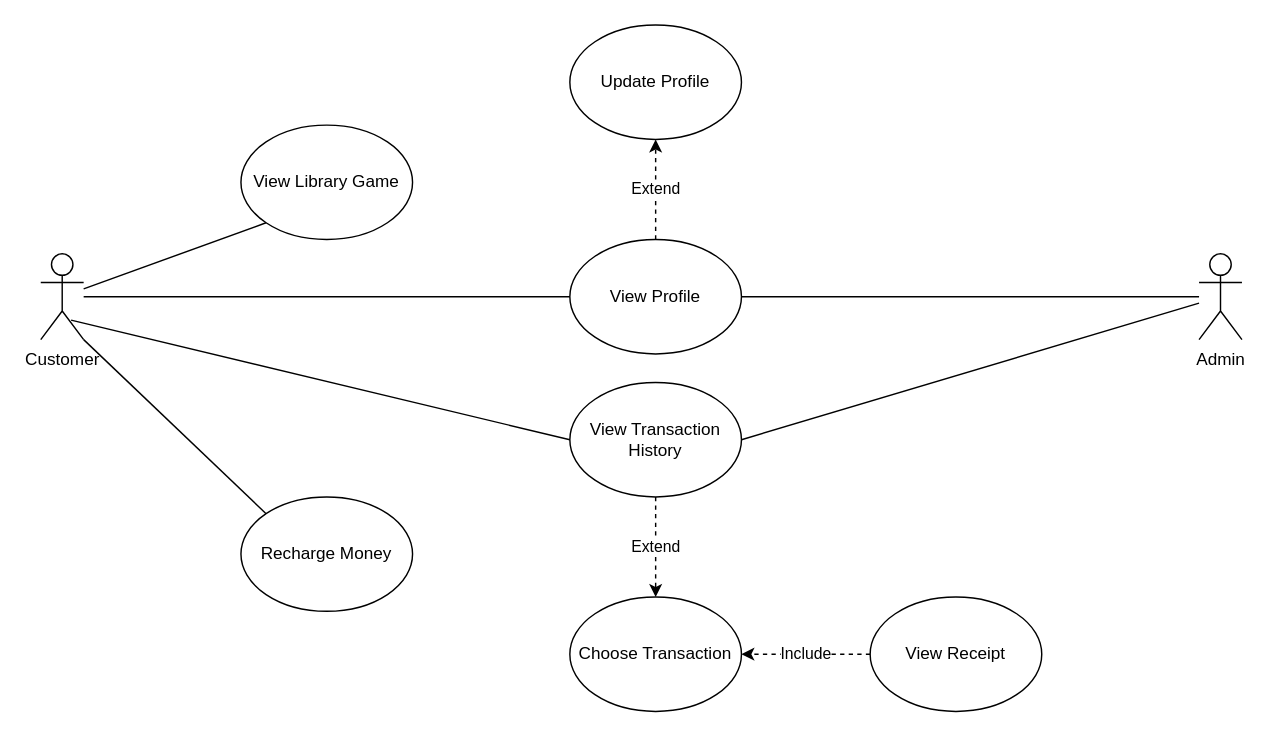
This is Diagram/Use Case Diagram/Manage Account.drawio from hiusnguyen201/Game-Market-Application, a draw.io file, before an edit. Source tidied: cells renumbered, new cells numbered last; positions are measured from the earlier drawing's top-left corner, leaving out a move shared by most shapes. Both pictures are drawn from the tidied source at 143%, with x=0, y=0 at pixel (40, 24).
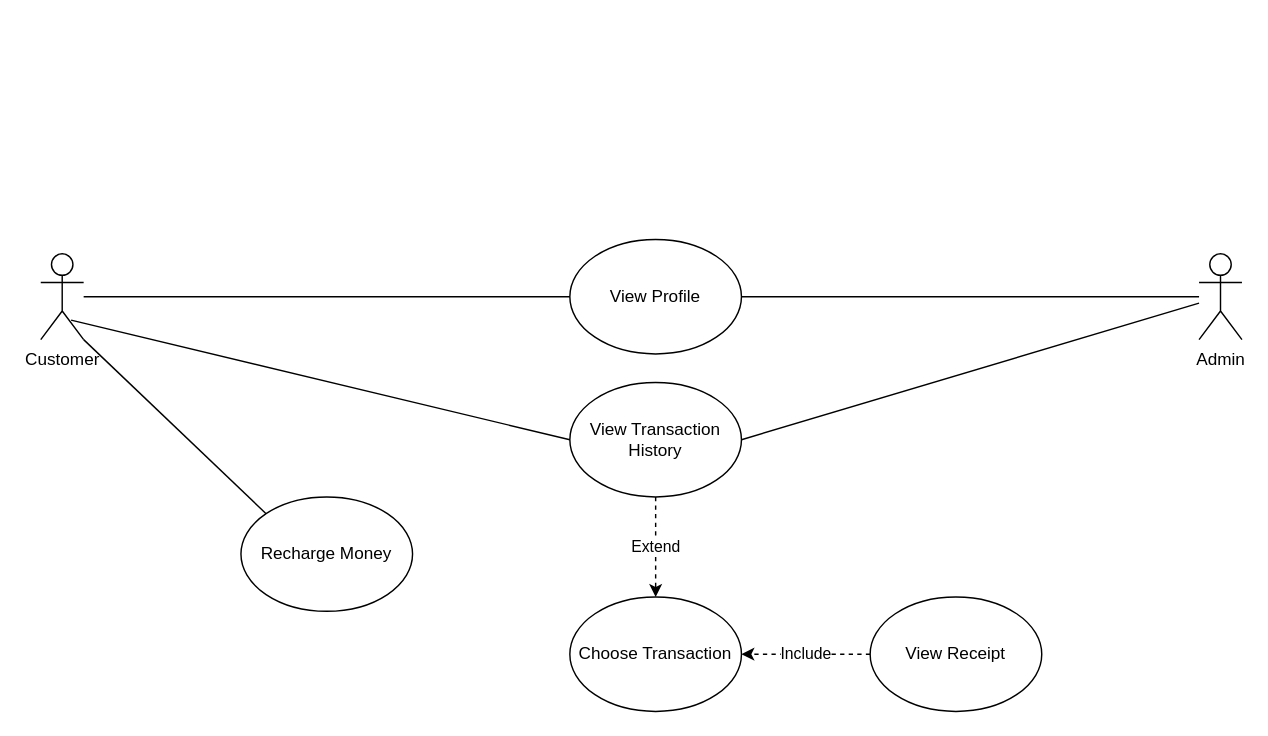
The same page after the edit.

The edit, as a diff of the source:
```diff
@@
 <mxGraphModel>
   <root>
     <mxCell id="0" />
     <mxCell id="1" parent="0" />
     <mxCell id="2" value="Customer&lt;br&gt;" style="shape=umlActor;verticalLabelPosition=bottom;verticalAlign=top;html=1;" parent="1" vertex="1">
       <mxGeometry y="160" width="30" height="60" as="geometry" />
     </mxCell>
     <mxCell id="3" value="View Profile" style="ellipse;whiteSpace=wrap;html=1;" parent="1" vertex="1">
       <mxGeometry x="370" y="150" width="120" height="80" as="geometry" />
     </mxCell>
     <mxCell id="4" value="Recharge Money" style="ellipse;whiteSpace=wrap;html=1;" parent="1" vertex="1">
       <mxGeometry x="140" y="330" width="120" height="80" as="geometry" />
     </mxCell>
-    <mxCell id="5" value="View Library Game" style="ellipse;whiteSpace=wrap;html=1;" parent="1" vertex="1">
-      <mxGeometry x="140" y="70" width="120" height="80" as="geometry" />
-    </mxCell>
-    <mxCell id="6" value="Update Profile" style="ellipse;whiteSpace=wrap;html=1;" parent="1" vertex="1">
-      <mxGeometry x="370" width="120" height="80" as="geometry" />
-    </mxCell>
     <mxCell id="7" style="endArrow=none;html=1;rounded=0;entryX=0;entryY=0.5;entryDx=0;entryDy=0;" parent="1" edge="1" source="2" target="3">
       <mxGeometry relative="1" as="geometry" />
     </mxCell>
-    <mxCell id="8" style="endArrow=none;html=1;rounded=0;entryX=0;entryY=1;entryDx=0;entryDy=0;" parent="1" edge="1" source="2" target="5">
-      <mxGeometry relative="1" as="geometry" />
-    </mxCell>
     <mxCell id="9" value="Choose Transaction" style="ellipse;whiteSpace=wrap;html=1;" parent="1" vertex="1">
       <mxGeometry x="370" y="400" width="120" height="80" as="geometry" />
     </mxCell>
     <mxCell id="10" value="View Receipt" style="ellipse;whiteSpace=wrap;html=1;" parent="1" vertex="1">
       <mxGeometry x="580" y="400" width="120" height="80" as="geometry" />
     </mxCell>
     <mxCell id="11" value="View Transaction History" style="ellipse;whiteSpace=wrap;html=1;" parent="1" vertex="1">
       <mxGeometry x="370" y="250" width="120" height="80" as="geometry" />
     </mxCell>
     <mxCell id="12" value="Admin" style="shape=umlActor;verticalLabelPosition=bottom;verticalAlign=top;html=1;" parent="1" vertex="1">
       <mxGeometry x="810" y="160" width="30" height="60" as="geometry" />
     </mxCell>
     <mxCell id="13" style="endArrow=none;html=1;rounded=0;" parent="1" edge="1" source="3" target="12">
       <mxGeometry relative="1" as="geometry" />
     </mxCell>
     <mxCell id="14" style="endArrow=none;html=1;rounded=0;entryX=0;entryY=0;entryDx=0;entryDy=0;exitX=1;exitY=1;exitDx=0;exitDy=0;exitPerimeter=0;" parent="1" edge="1" source="2" target="4">
       <mxGeometry relative="1" as="geometry" />
     </mxCell>
     <mxCell id="15" style="endArrow=none;html=1;rounded=0;exitX=1;exitY=0.5;exitDx=0;exitDy=0;" parent="1" edge="1" source="11" target="12">
       <mxGeometry relative="1" as="geometry" />
     </mxCell>
     <mxCell id="16" style="endArrow=none;html=1;rounded=0;entryX=0;entryY=0.5;entryDx=0;entryDy=0;exitX=0.707;exitY=0.773;exitDx=0;exitDy=0;exitPerimeter=0;" parent="1" edge="1" source="2" target="11">
       <mxGeometry relative="1" as="geometry" />
     </mxCell>
-    <mxCell id="17" value="Extend" style="endArrow=classic;html=1;rounded=0;dashed=1;exitX=0.5;exitY=0;exitDx=0;exitDy=0;entryX=0.5;entryY=1;entryDx=0;entryDy=0;" parent="1" edge="1" source="3" target="6">
-      <mxGeometry relative="1" as="geometry" />
-    </mxCell>
     <mxCell id="18" value="Extend" style="endArrow=classic;html=1;rounded=0;dashed=1;exitX=0.5;exitY=1;exitDx=0;exitDy=0;entryX=0.5;entryY=0;entryDx=0;entryDy=0;" parent="1" edge="1" source="11" target="9">
       <mxGeometry relative="1" as="geometry" />
     </mxCell>
     <mxCell id="19" value="Include" style="endArrow=classic;html=1;rounded=0;dashed=1;exitX=0;exitY=0.5;exitDx=0;exitDy=0;entryX=1;entryY=0.5;entryDx=0;entryDy=0;" parent="1" edge="1" source="10" target="9">
       <mxGeometry relative="1" as="geometry" />
     </mxCell>
   </root>
 </mxGraphModel>
```
